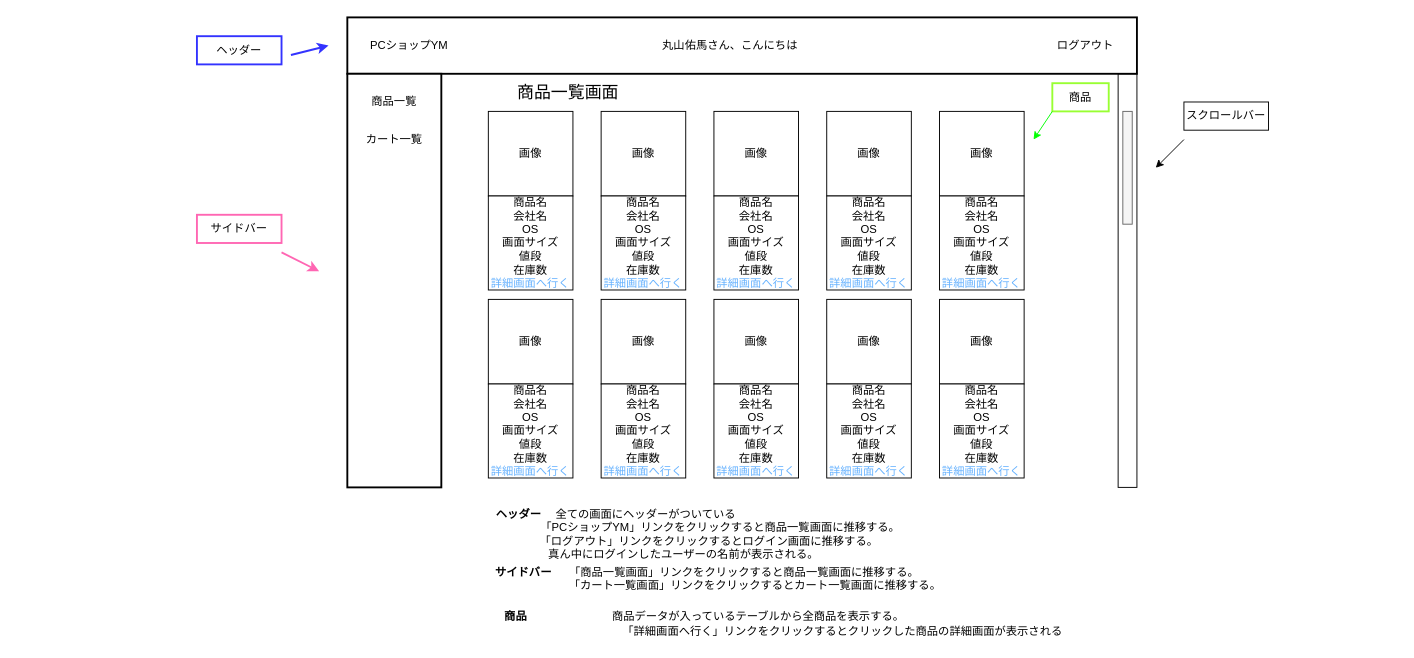
Earlier version of the draw.io diagram page "商品一覧画面" (3 of 33) of src/main/resources/templates/shopping/Untitled Diagram.drawio (YumaMaruyama/ITworksTRYshopping). Source tidied: cells renumbered, new cells numbered last; positions are measured from the earlier drawing's top-left corner, leaving out a move shared by most shapes. Both pictures are drawn from the tidied source at 94%, with x=0, y=0 at pixel (16, 17).
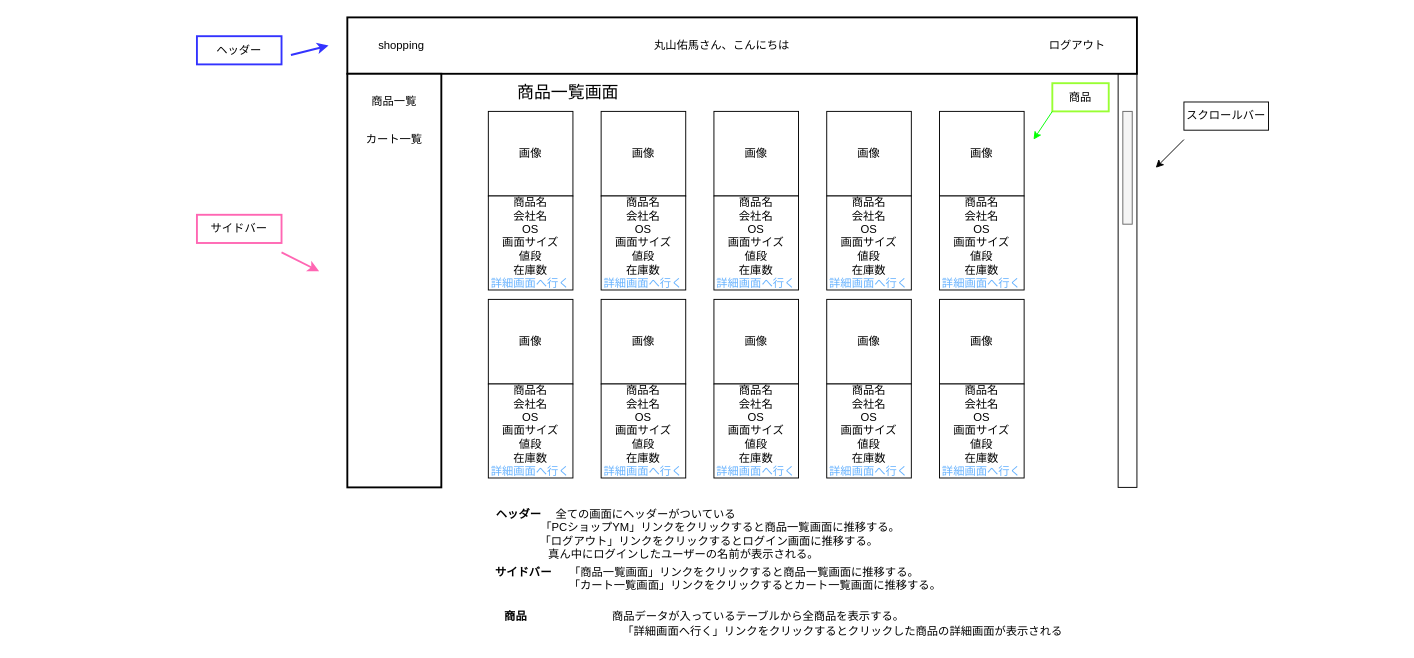
The same diagram, later.

Diff of the diagram source:
```diff
@@
-    <mxCell id="5" value="PCショップYM　　　　　　　　　　　　　　　　　　　丸山佑馬さん、こんにちは　　　　　　　　　　　　　　　　　　　　　　　ログアウト" style="rounded=0;whiteSpace=wrap;html=1;strokeWidth=2;" parent="1" vertex="1">
+    <mxCell id="5" value="shopping&amp;nbsp; &amp;nbsp; &amp;nbsp;　　　　　　　　　　　　　　　　　　　丸山佑馬さん、こんにちは　　　　　　　　　　　　　　　　　　　　　　　ログアウト" style="rounded=0;whiteSpace=wrap;html=1;strokeWidth=2;" parent="1" vertex="1">
       <mxGeometry x="352" width="840" height="60" as="geometry" />
     </mxCell>
```
